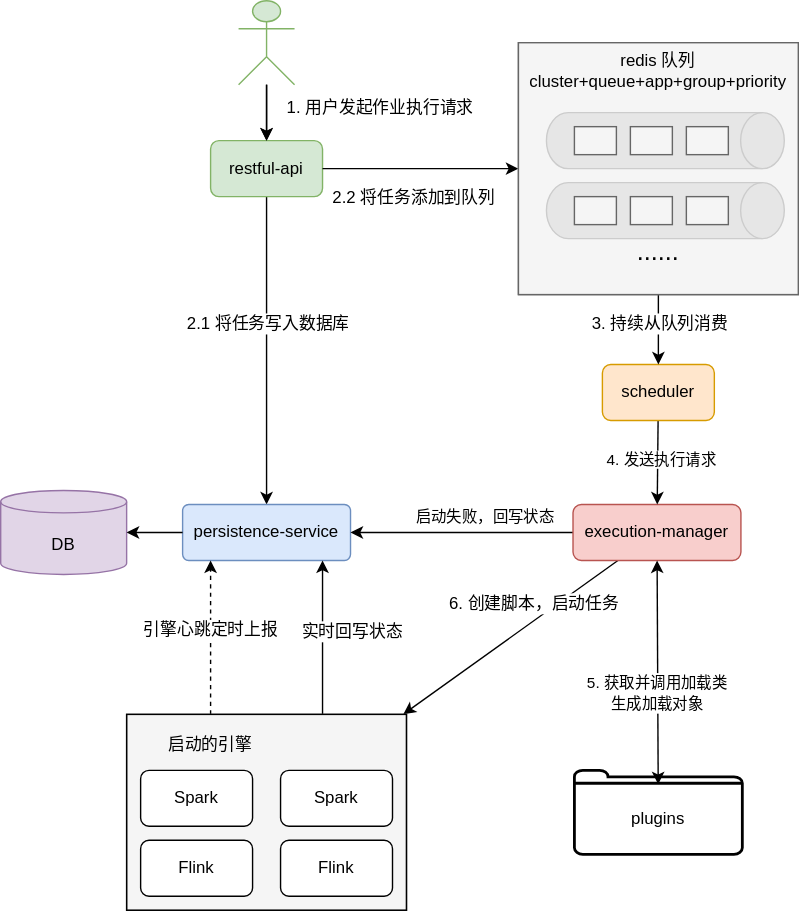
Earlier version of the draw.io export doc/assets/img/engine_execution.svg (rarexixi/maple). Source tidied: cells renumbered, new cells last; positions are measured from the earlier drawing's top-left corner, leaving out a move shared by most shapes.
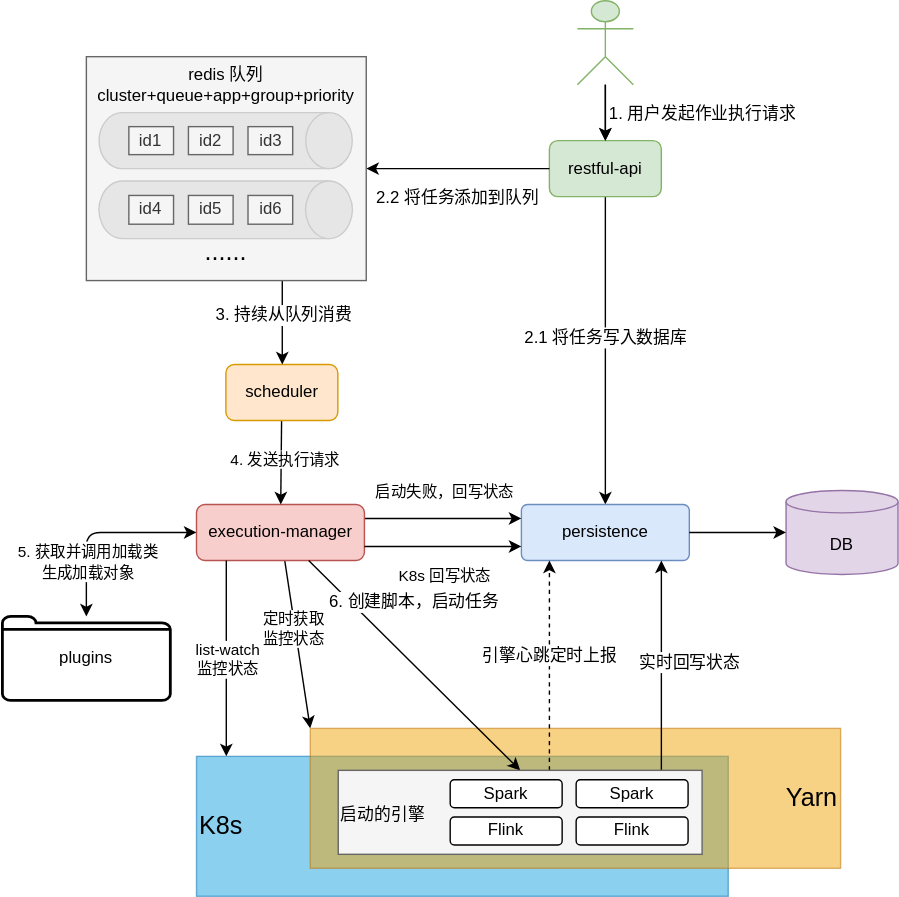
The same diagram one commit later.

Commit message:
架构图修改

Change to the diagram source:
```diff
@@ -3,58 +3,37 @@
     <mxCell id="0" />
     <mxCell id="1" parent="0" />
     <mxCell id="2" style="group;" parent="1" vertex="1">
-      <mxGeometry x="410" y="550" width="120" height="60" as="geometry" />
+      <mxGeometry x="-350" y="440" width="120" height="60" as="geometry" />
     </mxCell>
     <mxCell id="3" style="html=1;verticalLabelPosition=bottom;align=center;labelBackgroundColor=#ffffff;verticalAlign=top;strokeWidth=2;shadow=0;dashed=0;shape=mxgraph.ios7.icons.folder;fontSize=12;" parent="2" vertex="1">
       <mxGeometry width="120" height="60" as="geometry" />
     </mxCell>
     <mxCell id="4" value="&lt;p&gt;plugins&lt;/p&gt;" style="text;html=1;strokeColor=none;fillColor=none;align=center;verticalAlign=middle;whiteSpace=wrap;rounded=0;" parent="2" vertex="1">
-      <mxGeometry y="10" width="120" height="50" as="geometry" />
+      <mxGeometry width="120" height="60" as="geometry" />
     </mxCell>
     <mxCell id="5" style="edgeStyle=orthogonalEdgeStyle;html=1;fontSize=12;" parent="1" edge="1" source="7" target="8">
       <mxGeometry relative="1" as="geometry" />
     </mxCell>
     <mxCell id="6" value="2.1 将任务写入数据库" style="edgeLabel;html=1;align=center;verticalAlign=middle;fontSize=12;" parent="5" vertex="1">
       <mxGeometry x="0.2" y="-1" relative="1" as="geometry">
-        <mxPoint x="1" y="-42" as="offset" />
+        <mxPoint x="1" y="-32" as="offset" />
       </mxGeometry>
     </mxCell>
     <mxCell id="7" value="&lt;p&gt;restful-api&lt;/p&gt;" style="rounded=1;whiteSpace=wrap;html=1;fillColor=#d5e8d4;strokeColor=#82b366;" parent="1" vertex="1">
-      <mxGeometry x="150" y="100" width="80" height="40" as="geometry" />
+      <mxGeometry x="40.9" y="100" width="80" height="40" as="geometry" />
     </mxCell>
-    <mxCell id="8" value="persistence-service" style="rounded=1;whiteSpace=wrap;html=1;arcSize=11;fillColor=#dae8fc;strokeColor=#6c8ebf;" parent="1" vertex="1">
-      <mxGeometry x="130" y="360" width="120" height="40" as="geometry" />
+    <mxCell id="8" value="persistence" style="rounded=1;whiteSpace=wrap;html=1;arcSize=11;fillColor=#dae8fc;strokeColor=#6c8ebf;" parent="1" vertex="1">
+      <mxGeometry x="20.9" y="360" width="120" height="40" as="geometry" />
     </mxCell>
     <mxCell id="9" value="&lt;font style=&quot;font-size: 12px;&quot;&gt;DB&lt;/font&gt;" style="shape=cylinder3;whiteSpace=wrap;html=1;boundedLbl=1;backgroundOutline=1;size=8;fontSize=18;fillColor=#e1d5e7;strokeColor=#9673a6;" parent="1" vertex="1">
-      <mxGeometry y="350" width="90" height="60" as="geometry" />
+      <mxGeometry x="210" y="350" width="80" height="60" as="geometry" />
     </mxCell>
-    <mxCell id="10" value="引擎心跳定时上报" style="html=1;fontSize=12;startArrow=none;startFill=0;endArrow=classic;endFill=1;dashed=1;elbow=vertical;edgeStyle=orthogonalEdgeStyle;" parent="1" edge="1" source="29" target="8">
-      <mxGeometry x="0.09" relative="1" as="geometry">
-        <Array as="points">
-          <mxPoint x="150" y="430" />
-          <mxPoint x="150" y="430" />
-        </Array>
-      </mxGeometry>
-    </mxCell>
-    <mxCell id="11" style="edgeStyle=orthogonalEdgeStyle;html=1;fontSize=12;startArrow=none;startFill=0;endArrow=classic;endFill=1;" parent="1" edge="1" source="29" target="8">
-      <mxGeometry relative="1" as="geometry">
-        <Array as="points">
-          <mxPoint x="230" y="480" />
-          <mxPoint x="230" y="480" />
-        </Array>
-      </mxGeometry>
-    </mxCell>
-    <mxCell id="12" value="实时回写状态" style="edgeLabel;html=1;align=center;verticalAlign=middle;fontSize=12;" parent="11" vertex="1">
-      <mxGeometry x="-0.12" y="-4" relative="1" as="geometry">
-        <mxPoint x="16" y="-12" as="offset" />
-      </mxGeometry>
-    </mxCell>
     <mxCell id="13" style="edgeStyle=none;html=1;fontSize=12;" parent="1" edge="1" source="36" target="7">
       <mxGeometry relative="1" as="geometry" />
     </mxCell>
     <mxCell id="14" value="1. 用户发起作业执行请求" style="edgeLabel;html=1;align=center;verticalAlign=middle;fontSize=12;" parent="13" vertex="1">
       <mxGeometry x="-0.2" y="1" relative="1" as="geometry">
-        <mxPoint x="79" as="offset" />
+        <mxPoint x="68" y="4" as="offset" />
       </mxGeometry>
     </mxCell>
     <mxCell id="15" style="html=1;fontSize=12;" parent="1" edge="1" source="8" target="9">
@@ -65,27 +44,32 @@
     </mxCell>
     <mxCell id="17" value="2.2 将任务添加到队列" style="edgeLabel;html=1;align=center;verticalAlign=middle;fontSize=12;" parent="16" vertex="1">
       <mxGeometry x="-0.08" y="3" relative="1" as="geometry">
-        <mxPoint y="23" as="offset" />
+        <mxPoint x="-6" y="17" as="offset" />
       </mxGeometry>
     </mxCell>
-    <mxCell id="18" style="html=1;fontSize=12;startArrow=none;startFill=0;endArrow=classic;endFill=1;" parent="1" edge="1" source="22" target="29">
-      <mxGeometry relative="1" as="geometry" />
-    </mxCell>
-    <mxCell id="19" value="6. 创建脚本，启动任务" style="edgeLabel;html=1;align=center;verticalAlign=middle;fontSize=12;" parent="18" vertex="1">
-      <mxGeometry x="-0.56" y="-1" relative="1" as="geometry">
-        <mxPoint x="-27" y="7" as="offset" />
-      </mxGeometry>
-    </mxCell>
-    <mxCell id="20" style="html=1;" parent="1" edge="1" source="22" target="8">
-      <mxGeometry relative="1" as="geometry" />
+    <mxCell id="20" style="html=1;edgeStyle=orthogonalEdgeStyle;" parent="1" edge="1" source="22" target="8">
+      <mxGeometry relative="1" as="geometry">
+        <Array as="points">
+          <mxPoint x="-30" y="370" />
+          <mxPoint x="-30" y="370" />
+        </Array>
+      </mxGeometry>
     </mxCell>
     <mxCell id="21" value="启动失败，回写状态" style="edgeLabel;html=1;align=center;verticalAlign=middle;" parent="20" vertex="1">
       <mxGeometry x="-0.11" y="-1" relative="1" as="geometry">
-        <mxPoint x="7" y="-11" as="offset" />
+        <mxPoint x="7" y="-21" as="offset" />
       </mxGeometry>
     </mxCell>
+    <mxCell id="53" style="html=1;elbow=vertical;entryX=0;entryY=0;entryDx=0;entryDy=0;" parent="1" edge="1" source="22" target="56">
+      <mxGeometry relative="1" as="geometry" />
+    </mxCell>
+    <mxCell id="54" value="定时获取&lt;br&gt;监控状态" style="edgeLabel;html=1;align=center;verticalAlign=middle;" parent="53" vertex="1">
+      <mxGeometry x="-0.19" y="2" relative="1" as="geometry">
+        <mxPoint x="-4" as="offset" />
+      </mxGeometry>
+    </mxCell>
     <mxCell id="22" value="&lt;p&gt;execution-manager&lt;br&gt;&lt;/p&gt;" style="rounded=1;whiteSpace=wrap;html=1;fontSize=12;fillColor=#f8cecc;strokeColor=#b85450;" parent="1" vertex="1">
-      <mxGeometry x="409" y="360" width="120" height="40" as="geometry" />
+      <mxGeometry x="-211.3" y="360" width="120" height="40" as="geometry" />
     </mxCell>
     <mxCell id="23" style="edgeStyle=none;html=1;" parent="1" edge="1" source="25" target="22">
       <mxGeometry relative="1" as="geometry" />
@@ -96,92 +80,159 @@
       </mxGeometry>
     </mxCell>
     <mxCell id="25" value="&lt;p&gt;scheduler&lt;/p&gt;" style="rounded=1;whiteSpace=wrap;html=1;fillColor=#ffe6cc;strokeColor=#d79b00;" parent="1" vertex="1">
-      <mxGeometry x="430" y="260" width="80" height="40" as="geometry" />
+      <mxGeometry x="-190.3" y="260" width="80" height="40" as="geometry" />
     </mxCell>
-    <mxCell id="26" style="endArrow=classic;startArrow=classic;html=1;fontSize=12;" parent="1" edge="1" source="4" target="22">
-      <mxGeometry relative="1" as="geometry" />
+    <mxCell id="26" style="endArrow=classic;startArrow=classic;html=1;fontSize=12;edgeStyle=orthogonalEdgeStyle;elbow=vertical;" parent="1" edge="1" source="4" target="22">
+      <mxGeometry relative="1" as="geometry">
+        <Array as="points">
+          <mxPoint x="-290" y="380" />
+        </Array>
+      </mxGeometry>
     </mxCell>
     <mxCell id="27" value="&lt;span style=&quot;font-size: 11px;&quot;&gt;5. 获取并调用加载类&lt;/span&gt;&lt;br style=&quot;border-color: var(--border-color); font-size: 11px;&quot;&gt;&lt;span style=&quot;font-size: 11px;&quot;&gt;生成加载对象&lt;/span&gt;" style="edgeLabel;html=1;align=center;verticalAlign=middle;fontSize=12;" parent="26" vertex="1">
       <mxGeometry x="0.26" y="4" relative="1" as="geometry">
-        <mxPoint x="3" y="35" as="offset" />
+        <mxPoint x="-28" y="24" as="offset" />
       </mxGeometry>
     </mxCell>
-    <mxCell id="28" style="group;fillColor=#f5f5f5;fontColor=#333333;strokeColor=#666666;" parent="1" vertex="1">
-      <mxGeometry x="90" y="510" width="200" height="140" as="geometry" />
-    </mxCell>
-    <mxCell id="29" style="rounded=1;whiteSpace=wrap;html=1;fontSize=18;arcSize=0;fillColor=none;" parent="28" vertex="1">
-      <mxGeometry width="200" height="140" as="geometry" />
-    </mxCell>
-    <mxCell id="30" value="Spark" style="rounded=1;whiteSpace=wrap;html=1;fontSize=12;" parent="28" vertex="1">
-      <mxGeometry x="10" y="40" width="80" height="40" as="geometry" />
-    </mxCell>
-    <mxCell id="31" value="Spark" style="rounded=1;whiteSpace=wrap;html=1;fontSize=12;" parent="28" vertex="1">
-      <mxGeometry x="110" y="40" width="80" height="40" as="geometry" />
-    </mxCell>
-    <mxCell id="32" value="&lt;font style=&quot;font-size: 12px;&quot;&gt;启动的引擎&lt;/font&gt;" style="text;html=1;strokeColor=none;fillColor=none;align=center;verticalAlign=middle;whiteSpace=wrap;rounded=0;fontSize=18;" parent="28" vertex="1">
-      <mxGeometry width="120" height="40" as="geometry" />
-    </mxCell>
-    <mxCell id="33" value="Flink" style="rounded=1;whiteSpace=wrap;html=1;fontSize=12;" parent="28" vertex="1">
-      <mxGeometry x="10" y="90" width="80" height="40" as="geometry" />
-    </mxCell>
-    <mxCell id="34" value="Flink" style="rounded=1;whiteSpace=wrap;html=1;fontSize=12;" parent="28" vertex="1">
-      <mxGeometry x="110" y="90" width="80" height="40" as="geometry" />
-    </mxCell>
     <mxCell id="35" style="edgeStyle=none;html=1;fontSize=12;" parent="1" edge="1" source="36" target="7">
       <mxGeometry relative="1" as="geometry" />
     </mxCell>
     <mxCell id="36" style="shape=umlActor;verticalLabelPosition=bottom;verticalAlign=top;html=1;outlineConnect=0;fontSize=12;fillColor=#d5e8d4;strokeColor=#82b366;" parent="1" vertex="1">
-      <mxGeometry x="170" width="40" height="60" as="geometry" />
+      <mxGeometry x="60.9" width="40" height="60" as="geometry" />
     </mxCell>
     <mxCell id="37" style="edgeStyle=orthogonalEdgeStyle;html=1;fontSize=12;" parent="1" edge="1" source="40" target="25">
-      <mxGeometry relative="1" as="geometry" />
+      <mxGeometry relative="1" as="geometry">
+        <Array as="points">
+          <mxPoint x="-150" y="230" />
+          <mxPoint x="-150" y="230" />
+        </Array>
+      </mxGeometry>
     </mxCell>
     <mxCell id="38" value="3. 持续从队列消费" style="edgeLabel;html=1;align=center;verticalAlign=middle;fontSize=12;" parent="37" vertex="1">
       <mxGeometry x="-0.13" relative="1" as="geometry">
         <mxPoint y="-2" as="offset" />
       </mxGeometry>
     </mxCell>
-    <mxCell id="39" style="group;fillColor=#f5f5f5;fontColor=#333333;strokeColor=#666666;" parent="1" vertex="1">
-      <mxGeometry x="370" y="30" width="200" height="180" as="geometry" />
+    <mxCell id="39" style="group;" parent="1" vertex="1">
+      <mxGeometry x="-290" y="40" width="200" height="160" as="geometry" />
     </mxCell>
     <mxCell id="40" style="rounded=1;whiteSpace=wrap;html=1;arcSize=0;fillColor=#f5f5f5;strokeColor=#666666;fontColor=#333333;" parent="39" vertex="1">
-      <mxGeometry width="200" height="180" as="geometry" />
+      <mxGeometry width="200" height="160" as="geometry" />
     </mxCell>
     <mxCell id="41" value="redis 队列&lt;br&gt;cluster+queue+app+group+priority" style="text;html=1;strokeColor=none;fillColor=none;align=center;verticalAlign=middle;whiteSpace=wrap;rounded=0;fontSize=12;" parent="39" vertex="1">
       <mxGeometry width="200" height="40" as="geometry" />
     </mxCell>
-    <mxCell id="42" value="......" style="text;html=1;strokeColor=none;fillColor=none;align=center;verticalAlign=middle;whiteSpace=wrap;rounded=0;fontSize=18;" parent="39" vertex="1">
-      <mxGeometry x="40" y="140" width="120" height="20" as="geometry" />
-    </mxCell>
     <mxCell id="43" style="group;fillColor=none;fontColor=#333333;strokeColor=none;" parent="39" vertex="1">
-      <mxGeometry x="20" y="50" width="170" height="40" as="geometry" />
+      <mxGeometry x="9.1" y="40" width="180.9" height="40" as="geometry" />
     </mxCell>
     <mxCell id="44" style="strokeWidth=1;html=1;shape=mxgraph.flowchart.direct_data;whiteSpace=wrap;fillColor=#E6E6E6;fontColor=#333333;strokeColor=#CCCCCC;" parent="43" vertex="1">
-      <mxGeometry width="170" height="40" as="geometry" />
+      <mxGeometry width="180.9" height="40" as="geometry" />
     </mxCell>
-    <mxCell id="45" style="rounded=0;whiteSpace=wrap;html=1;fontSize=12;fillColor=#f5f5f5;fontColor=#333333;strokeColor=#666666;" parent="43" vertex="1">
-      <mxGeometry x="20" y="10" width="30" height="20" as="geometry" />
+    <mxCell id="45" value="id1" style="rounded=0;whiteSpace=wrap;html=1;fontSize=12;fillColor=#f5f5f5;fontColor=#333333;strokeColor=#666666;" parent="43" vertex="1">
+      <mxGeometry x="21.3" y="10" width="31.9" height="20" as="geometry" />
     </mxCell>
-    <mxCell id="46" style="rounded=0;whiteSpace=wrap;html=1;fontSize=12;fillColor=#f5f5f5;fontColor=#333333;strokeColor=#666666;" parent="43" vertex="1">
-      <mxGeometry x="60" y="10" width="30" height="20" as="geometry" />
+    <mxCell id="46" value="id2" style="rounded=0;whiteSpace=wrap;html=1;fontSize=12;fillColor=#f5f5f5;fontColor=#333333;strokeColor=#666666;" parent="43" vertex="1">
+      <mxGeometry x="63.9" y="10" width="31.9" height="20" as="geometry" />
     </mxCell>
-    <mxCell id="47" style="rounded=0;whiteSpace=wrap;html=1;fontSize=12;fillColor=#f5f5f5;fontColor=#333333;strokeColor=#666666;" parent="43" vertex="1">
-      <mxGeometry x="100" y="10" width="30" height="20" as="geometry" />
+    <mxCell id="47" value="id3" style="rounded=0;whiteSpace=wrap;html=1;fontSize=12;fillColor=#f5f5f5;fontColor=#333333;strokeColor=#666666;" parent="43" vertex="1">
+      <mxGeometry x="106.4" y="10" width="31.9" height="20" as="geometry" />
     </mxCell>
     <mxCell id="48" style="group;fillColor=none;fontColor=#333333;strokeColor=none;" parent="39" vertex="1">
-      <mxGeometry x="20" y="100" width="170" height="40" as="geometry" />
+      <mxGeometry x="9.1" y="88.9" width="180.9" height="41.1" as="geometry" />
     </mxCell>
     <mxCell id="49" style="strokeWidth=1;html=1;shape=mxgraph.flowchart.direct_data;whiteSpace=wrap;fillColor=#E6E6E6;fontColor=#333333;strokeColor=#CCCCCC;" parent="48" vertex="1">
-      <mxGeometry width="170" height="40" as="geometry" />
+      <mxGeometry width="180.9" height="41.1" as="geometry" />
     </mxCell>
-    <mxCell id="50" style="rounded=0;whiteSpace=wrap;html=1;fontSize=12;fillColor=#f5f5f5;fontColor=#333333;strokeColor=#666666;" parent="48" vertex="1">
-      <mxGeometry x="20" y="10" width="30" height="20" as="geometry" />
+    <mxCell id="50" value="id4" style="rounded=0;whiteSpace=wrap;html=1;fontSize=12;fillColor=#f5f5f5;fontColor=#333333;strokeColor=#666666;" parent="48" vertex="1">
+      <mxGeometry x="21.3" y="10.3" width="31.9" height="20.6" as="geometry" />
     </mxCell>
-    <mxCell id="51" style="rounded=0;whiteSpace=wrap;html=1;fontSize=12;fillColor=#f5f5f5;fontColor=#333333;strokeColor=#666666;" parent="48" vertex="1">
-      <mxGeometry x="60" y="10" width="30" height="20" as="geometry" />
+    <mxCell id="51" value="id5" style="rounded=0;whiteSpace=wrap;html=1;fontSize=12;fillColor=#f5f5f5;fontColor=#333333;strokeColor=#666666;" parent="48" vertex="1">
+      <mxGeometry x="63.9" y="10.3" width="31.9" height="20.6" as="geometry" />
     </mxCell>
-    <mxCell id="52" style="rounded=0;whiteSpace=wrap;html=1;fontSize=12;fillColor=#f5f5f5;fontColor=#333333;strokeColor=#666666;" parent="48" vertex="1">
-      <mxGeometry x="100" y="10" width="30" height="20" as="geometry" />
+    <mxCell id="52" value="id6" style="rounded=0;whiteSpace=wrap;html=1;fontSize=12;fillColor=#f5f5f5;fontColor=#333333;strokeColor=#666666;" parent="48" vertex="1">
+      <mxGeometry x="106.4" y="10.3" width="31.9" height="20.6" as="geometry" />
     </mxCell>
+    <mxCell id="42" value="......" style="text;html=1;strokeColor=none;fillColor=none;align=center;verticalAlign=middle;whiteSpace=wrap;rounded=0;fontSize=18;" parent="39" vertex="1">
+      <mxGeometry x="40" y="130" width="120" height="20" as="geometry" />
+    </mxCell>
+    <mxCell id="55" value="&lt;font color=&quot;#000000&quot;&gt;K8s&lt;/font&gt;" style="rounded=1;whiteSpace=wrap;html=1;fontSize=18;arcSize=0;fillColor=#1ba1e2;align=left;strokeColor=#006EAF;opacity=50;fontColor=#ffffff;" parent="1" vertex="1">
+      <mxGeometry x="-211.3" y="540" width="380" height="100" as="geometry" />
+    </mxCell>
+    <mxCell id="56" value="Yarn" style="rounded=1;whiteSpace=wrap;html=1;fontSize=18;arcSize=0;fillColor=#f0a30a;align=right;strokeColor=#BD7000;opacity=50;fontColor=#000000;" parent="1" vertex="1">
+      <mxGeometry x="-130" y="520" width="379" height="100" as="geometry" />
+    </mxCell>
+    <mxCell id="10" value="引擎心跳定时上报" style="html=1;fontSize=12;startArrow=none;startFill=0;endArrow=classic;endFill=1;dashed=1;elbow=vertical;edgeStyle=orthogonalEdgeStyle;" parent="1" edge="1" source="29" target="8">
+      <mxGeometry x="0.09" relative="1" as="geometry">
+        <Array as="points">
+          <mxPoint x="40.9" y="430" />
+          <mxPoint x="40.9" y="430" />
+        </Array>
+      </mxGeometry>
+    </mxCell>
+    <mxCell id="11" style="edgeStyle=orthogonalEdgeStyle;html=1;fontSize=12;startArrow=none;startFill=0;endArrow=classic;endFill=1;" parent="1" edge="1" source="29" target="8">
+      <mxGeometry relative="1" as="geometry">
+        <Array as="points">
+          <mxPoint x="120.9" y="480" />
+          <mxPoint x="120.9" y="480" />
+        </Array>
+      </mxGeometry>
+    </mxCell>
+    <mxCell id="12" value="实时回写状态" style="edgeLabel;html=1;align=center;verticalAlign=middle;fontSize=12;" parent="11" vertex="1">
+      <mxGeometry x="-0.12" y="-4" relative="1" as="geometry">
+        <mxPoint x="16" y="-12" as="offset" />
+      </mxGeometry>
+    </mxCell>
+    <mxCell id="18" style="html=1;fontSize=12;startArrow=none;startFill=0;endArrow=classic;endFill=1;entryX=0.5;entryY=0;entryDx=0;entryDy=0;" parent="1" edge="1" source="22" target="29">
+      <mxGeometry relative="1" as="geometry" />
+    </mxCell>
+    <mxCell id="19" value="6. 创建脚本，启动任务" style="edgeLabel;html=1;align=center;verticalAlign=middle;fontSize=12;" parent="18" vertex="1">
+      <mxGeometry x="-0.56" y="-1" relative="1" as="geometry">
+        <mxPoint x="43" y="-4" as="offset" />
+      </mxGeometry>
+    </mxCell>
+    <mxCell id="57" style="edgeStyle=orthogonalEdgeStyle;html=1;" parent="1" edge="1" source="22" target="55">
+      <mxGeometry relative="1" as="geometry">
+        <Array as="points">
+          <mxPoint x="-190" y="470" />
+          <mxPoint x="-190" y="470" />
+        </Array>
+      </mxGeometry>
+    </mxCell>
+    <mxCell id="58" value="list-watch&lt;br&gt;监控状态" style="edgeLabel;html=1;align=center;verticalAlign=middle;" parent="57" vertex="1">
+      <mxGeometry x="-0.16" y="2" relative="1" as="geometry">
+        <mxPoint x="-2" y="11" as="offset" />
+      </mxGeometry>
+    </mxCell>
+    <mxCell id="59" style="group;" parent="1" vertex="1">
+      <mxGeometry x="-110" y="550" width="260" height="60" as="geometry" />
+    </mxCell>
+    <mxCell id="29" value="&lt;span style=&quot;color: rgb(0, 0, 0); font-size: 12px;&quot;&gt;&amp;nbsp; 启动的引擎&lt;/span&gt;" style="rounded=1;whiteSpace=wrap;html=1;fontSize=18;arcSize=0;fillColor=#f5f5f5;fontColor=#333333;strokeColor=#666666;align=left;" parent="59" vertex="1">
+      <mxGeometry width="260" height="60" as="geometry" />
+    </mxCell>
+    <mxCell id="30" value="Spark" style="rounded=1;whiteSpace=wrap;html=1;fontSize=12;" parent="59" vertex="1">
+      <mxGeometry x="80" y="6.7" width="80" height="20" as="geometry" />
+    </mxCell>
+    <mxCell id="31" value="Spark" style="rounded=1;whiteSpace=wrap;html=1;fontSize=12;" parent="59" vertex="1">
+      <mxGeometry x="170" y="6.7" width="80" height="20" as="geometry" />
+    </mxCell>
+    <mxCell id="33" value="Flink" style="rounded=1;whiteSpace=wrap;html=1;fontSize=12;" parent="59" vertex="1">
+      <mxGeometry x="80" y="33.3" width="80" height="20" as="geometry" />
+    </mxCell>
+    <mxCell id="34" value="Flink" style="rounded=1;whiteSpace=wrap;html=1;fontSize=12;" parent="59" vertex="1">
+      <mxGeometry x="170" y="33.3" width="80" height="20" as="geometry" />
+    </mxCell>
+    <mxCell id="60" style="html=1;edgeStyle=orthogonalEdgeStyle;" parent="1" edge="1" source="22" target="8">
+      <mxGeometry relative="1" as="geometry">
+        <Array as="points">
+          <mxPoint x="-30" y="390" />
+          <mxPoint x="-30" y="390" />
+        </Array>
+      </mxGeometry>
+    </mxCell>
+    <mxCell id="61" value="K8s 回写状态" style="edgeLabel;html=1;align=center;verticalAlign=middle;" parent="60" vertex="1">
+      <mxGeometry x="-0.11" y="-1" relative="1" as="geometry">
+        <mxPoint x="7" y="19" as="offset" />
+      </mxGeometry>
+    </mxCell>
   </root>
 </mxGraphModel>
```
